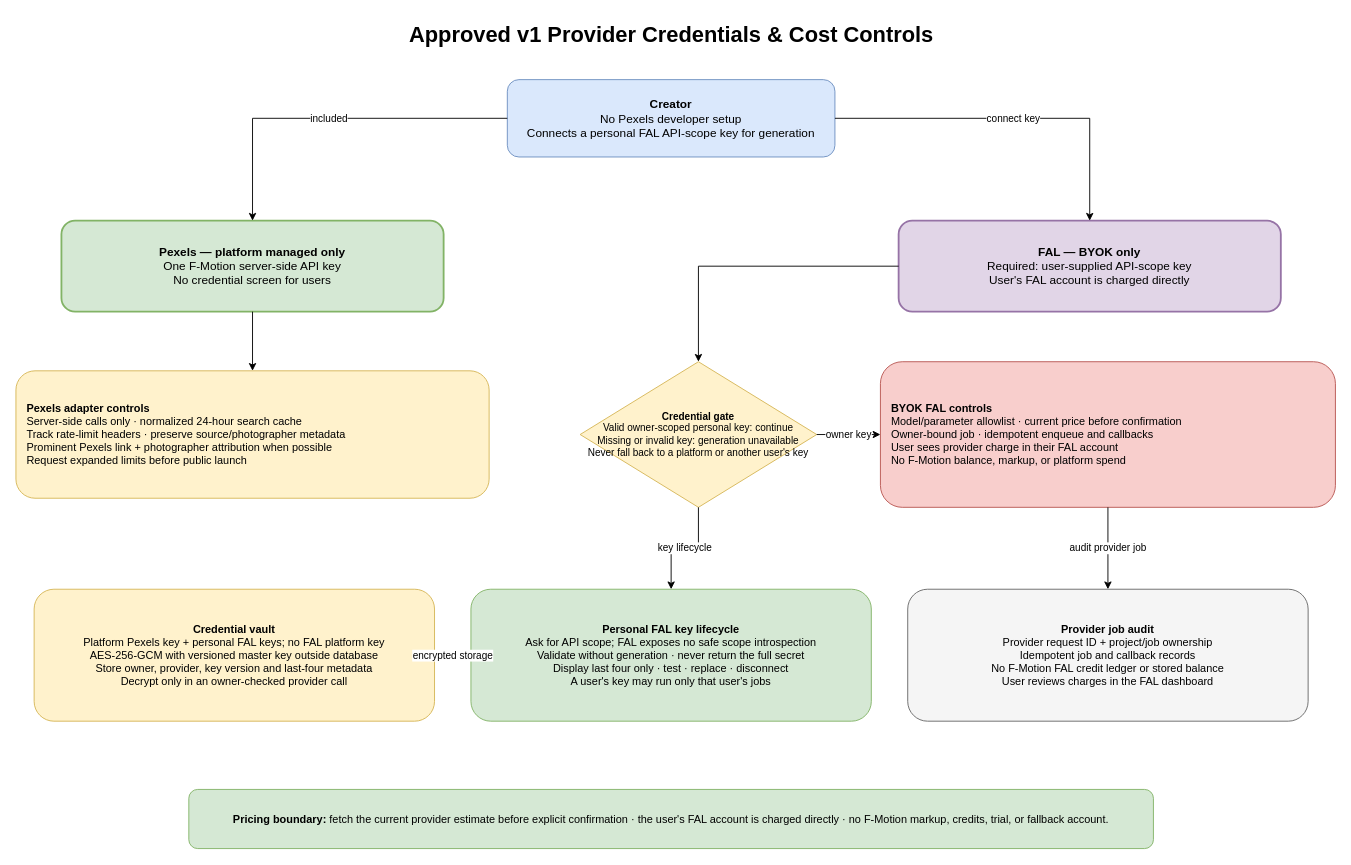
Earlier version of the draw.io diagram page "5. Providers & Cost Controls" (5 of 11) of docs/architecture/f-motion.drawio (ivanillka/f-motion). Source tidied: cells renumbered, new cells numbered last; positions are measured from the earlier drawing's top-left corner, leaving out a move shared by most shapes. Both pictures are drawn from the tidied source at 91%, with x=0, y=0 at pixel (15, 15).
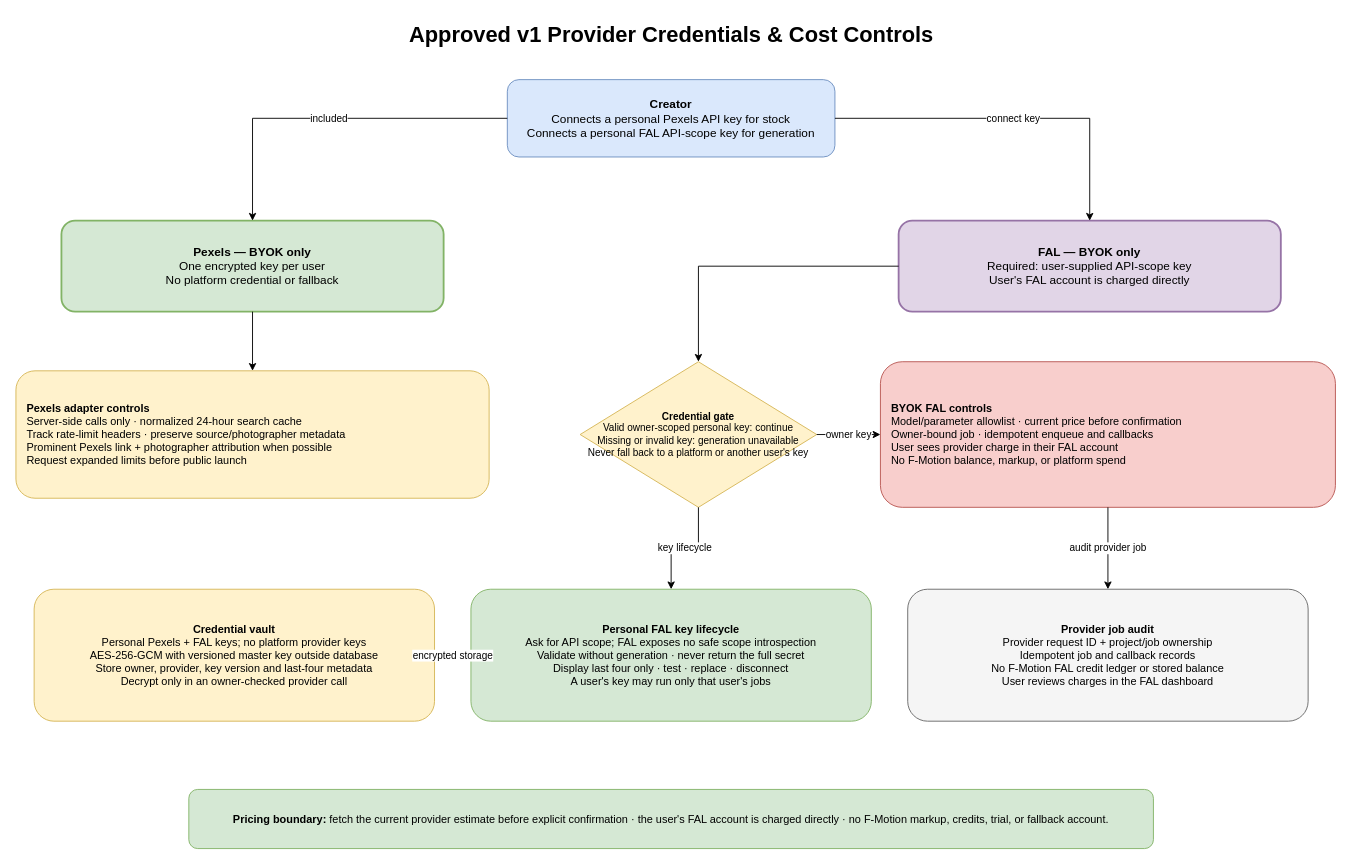
The same page after the edit.

Change to the diagram source:
```diff
@@
-    <mxCell id="3" value="&lt;b&gt;Creator&lt;/b&gt;&lt;br&gt;No Pexels developer setup&lt;br&gt;Connects a personal FAL API-scope key for generation" style="rounded=1;whiteSpace=wrap;html=1;fillColor=#dae8fc;strokeColor=#6c8ebf;fontSize=13;" parent="1" vertex="1">
+    <mxCell id="3" value="&lt;b&gt;Creator&lt;/b&gt;&lt;br&gt;Connects a personal Pexels API key for stock&lt;br&gt;Connects a personal FAL API-scope key for generation" style="rounded=1;whiteSpace=wrap;html=1;fillColor=#dae8fc;strokeColor=#6c8ebf;fontSize=13;" parent="1" vertex="1">
       <mxGeometry x="540" y="70" width="360" height="85" as="geometry" />
     </mxCell>
-    <mxCell id="4" value="&lt;b&gt;Pexels — platform managed only&lt;/b&gt;&lt;br&gt;One F-Motion server-side API key&lt;br&gt;No credential screen for users" style="rounded=1;whiteSpace=wrap;html=1;fillColor=#d5e8d4;strokeColor=#82b366;strokeWidth=2;fontSize=13;" parent="1" vertex="1">
+    <mxCell id="4" value="&lt;b&gt;Pexels — BYOK only&lt;/b&gt;&lt;br&gt;One encrypted key per user&lt;br&gt;No platform credential or fallback" style="rounded=1;whiteSpace=wrap;html=1;fillColor=#d5e8d4;strokeColor=#82b366;strokeWidth=2;fontSize=13;" parent="1" vertex="1">
       <mxGeometry x="50" y="225" width="420" height="100" as="geometry" />
     </mxCell>
@@
-    <mxCell id="9" value="&lt;b&gt;Credential vault&lt;/b&gt;&lt;br&gt;Platform Pexels key + personal FAL keys; no FAL platform key&lt;br&gt;AES-256-GCM with versioned master key outside database&lt;br&gt;Store owner, provider, key version and last-four metadata&lt;br&gt;Decrypt only in an owner-checked provider call" style="rounded=1;whiteSpace=wrap;html=1;fillColor=#fff2cc;strokeColor=#d6b656;fontSize=12;" parent="1" vertex="1">
+    <mxCell id="9" value="&lt;b&gt;Credential vault&lt;/b&gt;&lt;br&gt;Personal Pexels + FAL keys; no platform provider keys&lt;br&gt;AES-256-GCM with versioned master key outside database&lt;br&gt;Store owner, provider, key version and last-four metadata&lt;br&gt;Decrypt only in an owner-checked provider call" style="rounded=1;whiteSpace=wrap;html=1;fillColor=#fff2cc;strokeColor=#d6b656;fontSize=12;" parent="1" vertex="1">
       <mxGeometry x="20" y="630" width="440" height="145" as="geometry" />
     </mxCell>
```
